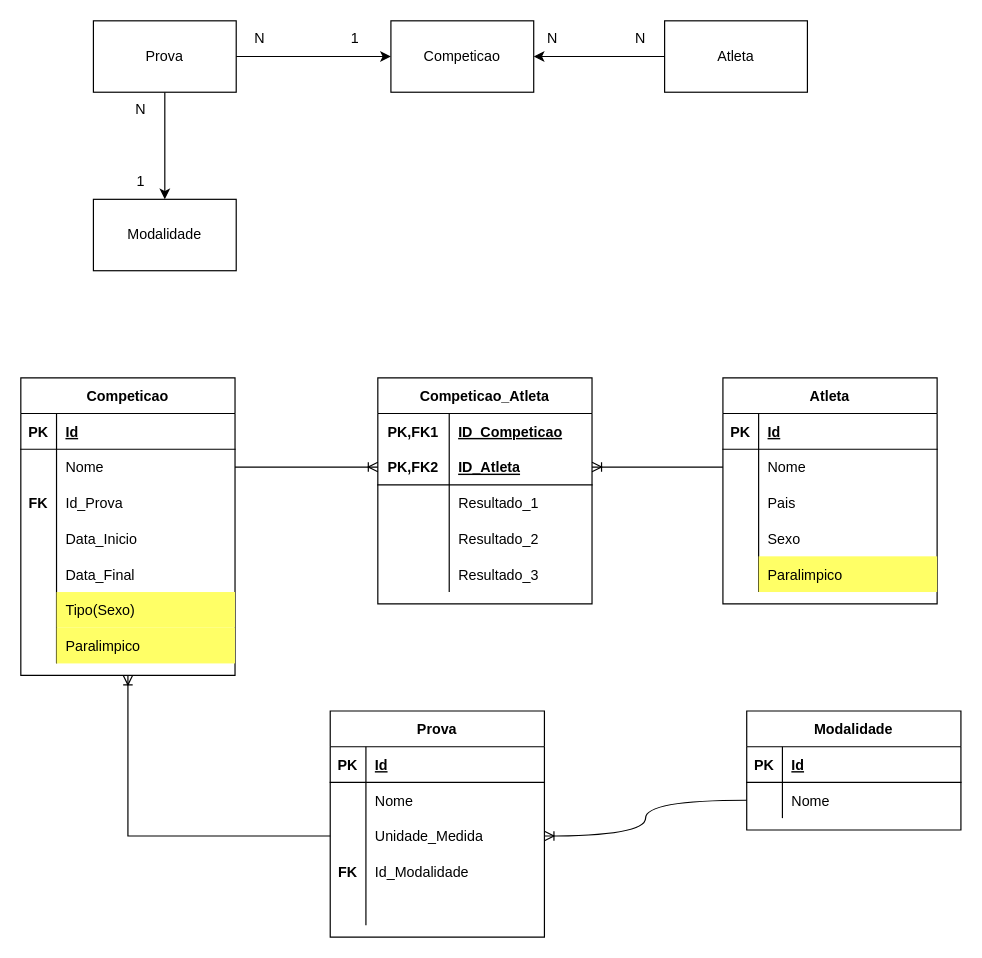
Before: banco/api_ev_cob.drawio in raphacp/api_ev_cob, a draw.io diagram. Source tidied: cells renumbered, new cells numbered last; positions are measured from the earlier drawing's top-left corner, leaving out a move shared by most shapes. Both pictures are drawn from the tidied source at 119%, with x=0, y=0 at pixel (20, 20).
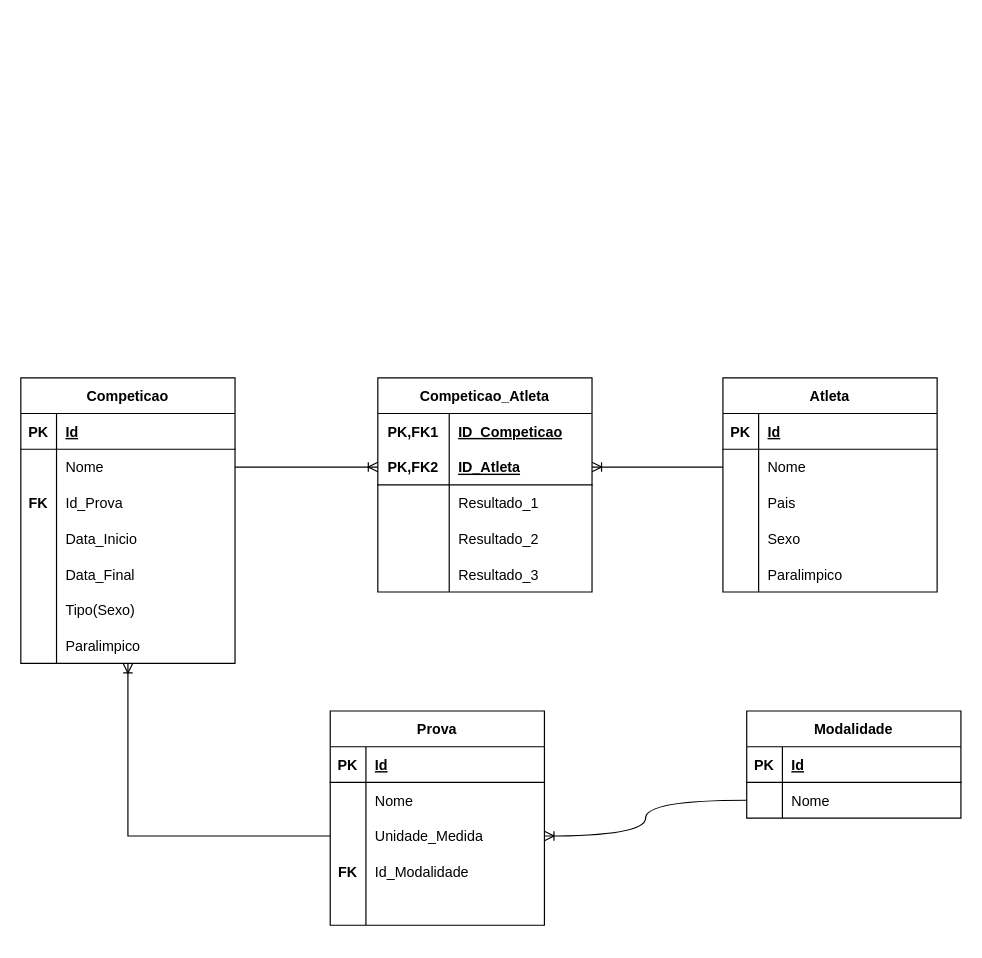
The same diagram, later.

Commit message (it also covers changes not shown here):
Implementacao de prova

The change refers to these unchanged cells:
```xml
<mxCell id="18" style="shape=tableRow;horizontal=0;startSize=0;swimlaneHead=0;swimlaneBody=0;fillColor=none;top=0;left=0;right=0;bottom=0;" parent="2" vertex="1">
  <mxGeometry y="180" width="180" height="30" as="geometry" />
</mxCell>
<mxCell id="21" style="shape=tableRow;horizontal=0;startSize=0;swimlaneHead=0;swimlaneBody=0;fillColor=none;top=0;left=0;right=0;bottom=0;" parent="2" vertex="1">
  <mxGeometry y="210" width="180" height="30" as="geometry" />
</mxCell>
<mxCell id="37" style="shape=tableRow;horizontal=0;startSize=0;swimlaneHead=0;swimlaneBody=0;fillColor=none;top=0;left=0;right=0;bottom=0;" parent="24" vertex="1">
  <mxGeometry y="150" width="180" height="30" as="geometry" />
</mxCell>
```

What changed in the source:
```diff
@@
     <mxCell id="2" value="Competicao" style="shape=table;startSize=30;childLayout=tableLayout;rowLines=0;fontStyle=1;align=center;" parent="1" vertex="1">
-      <mxGeometry y="300" width="180" height="250" as="geometry" />
+      <mxGeometry y="300" width="180" height="240" as="geometry" />
     </mxCell>
@@
-    <mxCell id="20" value="Tipo(Sexo)" style="shape=partialRectangle;fillColor=#FFFF66;top=0;left=0;bottom=0;right=0;align=left;spacingLeft=6;overflow=hidden;" parent="18" vertex="1">
+    <mxCell id="20" value="Tipo(Sexo)" style="shape=partialRectangle;fillColor=none;top=0;left=0;bottom=0;right=0;align=left;spacingLeft=6;overflow=hidden;" parent="18" vertex="1">
       <mxGeometry x="30" width="150" height="30" as="geometry" />
     </mxCell>
@@
-    <mxCell id="23" value="Paralimpico" style="shape=partialRectangle;fillColor=#FFFF66;top=0;left=0;bottom=0;right=0;align=left;spacingLeft=6;overflow=hidden;" parent="21" vertex="1">
+    <mxCell id="23" value="Paralimpico" style="shape=partialRectangle;fillColor=none;top=0;left=0;bottom=0;right=0;align=left;spacingLeft=6;overflow=hidden;" parent="21" vertex="1">
       <mxGeometry x="30" width="150" height="30" as="geometry" />
     </mxCell>
     <mxCell id="24" value="Atleta" style="shape=table;startSize=30;childLayout=tableLayout;rowLines=0;fontStyle=1;align=center;" parent="1" vertex="1">
-      <mxGeometry x="590" y="300" width="180" height="190" as="geometry" />
+      <mxGeometry x="590" y="300" width="180" height="180" as="geometry" />
     </mxCell>
@@
-    <mxCell id="39" value="Paralimpico" style="shape=partialRectangle;fillColor=#FFFF66;top=0;left=0;bottom=0;right=0;align=left;spacingLeft=6;overflow=hidden;" parent="37" vertex="1">
+    <mxCell id="39" value="Paralimpico" style="shape=partialRectangle;fillColor=none;top=0;left=0;bottom=0;right=0;align=left;spacingLeft=6;overflow=hidden;" parent="37" vertex="1">
       <mxGeometry x="30" width="150" height="30" as="geometry" />
     </mxCell>
     <mxCell id="40" value="Modalidade" style="shape=table;startSize=30;childLayout=tableLayout;rowLines=0;fontStyle=1;align=center;" parent="1" vertex="1">
-      <mxGeometry x="610" y="580" width="180" height="100" as="geometry" />
+      <mxGeometry x="610" y="580" width="180" height="90" as="geometry" />
     </mxCell>
@@
     <mxCell id="47" value="Prova" style="shape=table;startSize=30;childLayout=tableLayout;rowLines=0;fontStyle=1;align=center;" parent="1" vertex="1">
-      <mxGeometry x="260" y="580" width="180" height="190" as="geometry" />
+      <mxGeometry x="260" y="580" width="180" height="180" as="geometry" />
     </mxCell>
@@
     <mxCell id="63" value="Competicao_Atleta" style="shape=table;startSize=30;childLayout=tableLayout;rowLines=0;fontStyle=1;align=center;" parent="1" vertex="1">
-      <mxGeometry x="300" y="300" width="180" height="190" as="geometry" />
+      <mxGeometry x="300" y="300" width="180" height="180" as="geometry" />
     </mxCell>
@@
-    <mxCell id="83" style="group;" parent="1" vertex="1">
-      <mxGeometry x="61" width="600" height="210" as="geometry" />
-    </mxCell>
-    <mxCell id="84" value="Modalidade" style="rounded=0;whiteSpace=wrap;html=1;" parent="83" vertex="1">
-      <mxGeometry y="150" width="120" height="60" as="geometry" />
-    </mxCell>
-    <mxCell id="85" style="edgeStyle=orthogonalEdgeStyle;rounded=0;jettySize=auto;html=1;entryX=0.5;entryY=0;entryDx=0;entryDy=0;" parent="83" edge="1" source="86" target="84">
-      <mxGeometry relative="1" as="geometry" />
-    </mxCell>
-    <mxCell id="86" value="Prova" style="rounded=0;whiteSpace=wrap;html=1;" parent="83" vertex="1">
-      <mxGeometry width="120" height="60" as="geometry" />
-    </mxCell>
-    <mxCell id="87" value="Atleta" style="rounded=0;whiteSpace=wrap;html=1;" parent="83" vertex="1">
-      <mxGeometry x="480" width="120" height="60" as="geometry" />
-    </mxCell>
-    <mxCell id="88" value="Competicao" style="rounded=0;whiteSpace=wrap;html=1;" parent="83" vertex="1">
-      <mxGeometry x="250" width="120" height="60" as="geometry" />
-    </mxCell>
-    <mxCell id="89" style="edgeStyle=orthogonalEdgeStyle;rounded=0;jettySize=auto;html=1;exitX=1;exitY=0.5;exitDx=0;exitDy=0;entryX=0;entryY=0.5;entryDx=0;entryDy=0;" parent="83" edge="1" source="86" target="88">
-      <mxGeometry relative="1" as="geometry" />
-    </mxCell>
-    <mxCell id="90" style="edgeStyle=orthogonalEdgeStyle;rounded=0;jettySize=auto;html=1;exitX=0;exitY=0.5;exitDx=0;exitDy=0;entryX=1;entryY=0.5;entryDx=0;entryDy=0;" parent="83" edge="1" source="87" target="88">
-      <mxGeometry relative="1" as="geometry" />
-    </mxCell>
-    <mxCell id="91" value="1" style="text;html=1;strokeColor=none;fillColor=none;align=center;verticalAlign=middle;whiteSpace=wrap;rounded=0;" parent="83" vertex="1">
-      <mxGeometry x="190" width="60" height="30" as="geometry" />
-    </mxCell>
-    <mxCell id="92" value="1" style="text;html=1;strokeColor=none;fillColor=none;align=center;verticalAlign=middle;whiteSpace=wrap;rounded=0;" parent="83" vertex="1">
-      <mxGeometry x="10" y="120" width="60" height="30" as="geometry" />
-    </mxCell>
-    <mxCell id="93" value="N" style="text;html=1;strokeColor=none;fillColor=none;align=center;verticalAlign=middle;whiteSpace=wrap;rounded=0;" parent="83" vertex="1">
-      <mxGeometry x="356" width="60" height="30" as="geometry" />
-    </mxCell>
-    <mxCell id="94" value="N" style="text;html=1;strokeColor=none;fillColor=none;align=center;verticalAlign=middle;whiteSpace=wrap;rounded=0;" parent="83" vertex="1">
-      <mxGeometry x="110" width="60" height="30" as="geometry" />
-    </mxCell>
-    <mxCell id="95" value="N" style="text;html=1;strokeColor=none;fillColor=none;align=center;verticalAlign=middle;whiteSpace=wrap;rounded=0;" parent="83" vertex="1">
-      <mxGeometry x="10" y="60" width="60" height="30" as="geometry" />
-    </mxCell>
-    <mxCell id="96" value="N" style="text;html=1;strokeColor=none;fillColor=none;align=center;verticalAlign=middle;whiteSpace=wrap;rounded=0;" parent="83" vertex="1">
-      <mxGeometry x="430" width="60" height="30" as="geometry" />
-    </mxCell>
```
